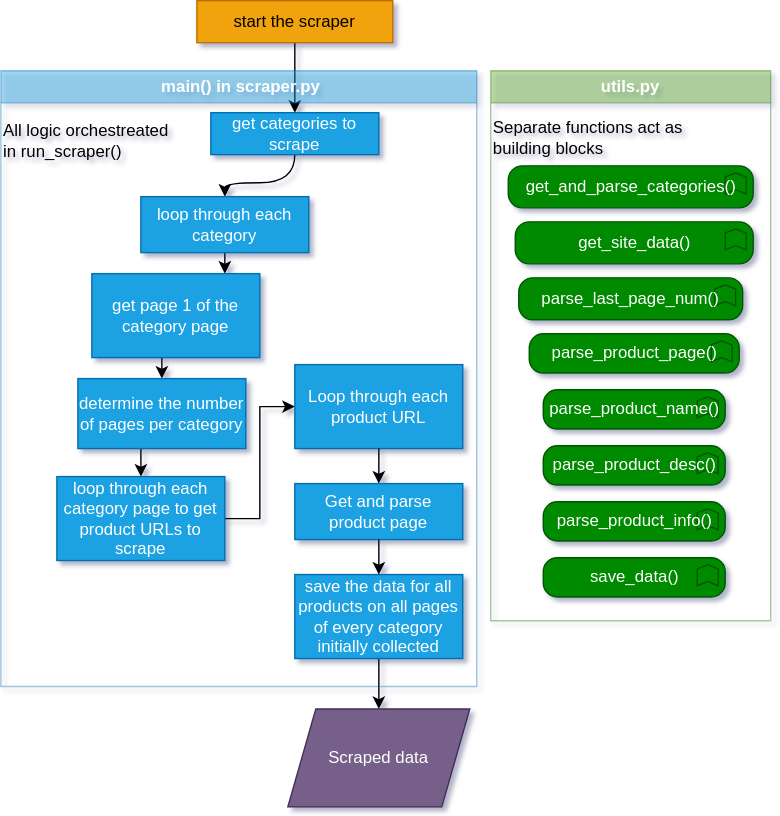
This is docs/images/mapping-the-process-RAPified.svg from ESCAP-SD/ESCAP_RAP_class, a draw.io export, as it was before one commit. Source tidied: cells renumbered, new cells last; positions are measured from the earlier drawing's top-left corner, leaving out a move shared by most shapes.
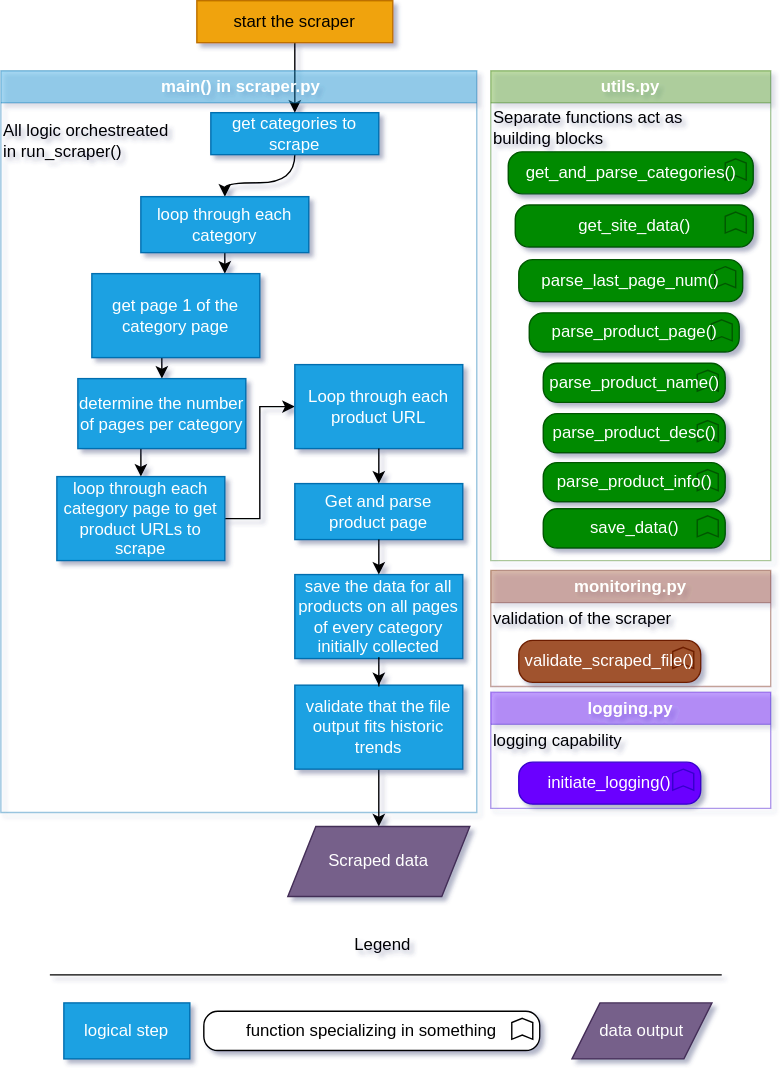
Above is the later version.

Commit message:
finish RAPify process mapping walkthrough

Diff of the diagram source:
```diff
@@ -35,9 +35,6 @@
     <mxCell id="7" value="get page 1 of the category page" style="rounded=0;whiteSpace=wrap;html=1;fillColor=#1ba1e2;fontColor=#ffffff;strokeColor=#006EAF;" parent="1" vertex="1">
       <mxGeometry x="65" y="195" width="120" height="60" as="geometry" />
     </mxCell>
-    <mxCell id="8" style="edgeStyle=orthogonalEdgeStyle;rounded=0;jettySize=auto;html=1;" parent="1" edge="1" source="18" target="11">
-      <mxGeometry relative="1" as="geometry" />
-    </mxCell>
     <mxCell id="9" style="edgeStyle=orthogonalEdgeStyle;rounded=0;jettySize=auto;html=1;entryX=0.5;entryY=0;entryDx=0;entryDy=0;curved=1;" parent="1" edge="1" source="10" target="3">
       <mxGeometry relative="1" as="geometry" />
     </mxCell>
@@ -45,7 +42,7 @@
       <mxGeometry x="140" width="140" height="30" as="geometry" />
     </mxCell>
     <mxCell id="11" value="Scraped data" style="shape=parallelogram;perimeter=parallelogramPerimeter;whiteSpace=wrap;html=1;fixedSize=1;fillColor=#76608a;fontColor=#ffffff;strokeColor=#432D57;" parent="1" vertex="1">
-      <mxGeometry x="205" y="506" width="130" height="70" as="geometry" />
+      <mxGeometry x="205" y="590" width="130" height="50" as="geometry" />
     </mxCell>
     <mxCell id="12" style="edgeStyle=orthogonalEdgeStyle;rounded=0;jettySize=auto;html=1;entryX=0;entryY=0.5;entryDx=0;entryDy=0;" parent="1" edge="1" source="13" target="19">
       <mxGeometry relative="1" as="geometry" />
@@ -65,7 +62,7 @@
       <mxGeometry x="55" y="270" width="120" height="50" as="geometry" />
     </mxCell>
     <mxCell id="16" value="&amp;nbsp;main() in scraper.py" style="swimlane;whiteSpace=wrap;html=1;fillColor=#1ba1e2;fontColor=#ffffff;strokeColor=#006EAF;opacity=40;" parent="1" vertex="1">
-      <mxGeometry y="50" width="340" height="440" as="geometry" />
+      <mxGeometry y="50" width="340" height="530" as="geometry" />
     </mxCell>
     <mxCell id="17" value="All logic orchestreated&amp;nbsp;&lt;div&gt;in run_scraper()&lt;/div&gt;" style="text;html=1;align=left;verticalAlign=middle;strokeColor=none;fillColor=none;" parent="16" vertex="1">
       <mxGeometry y="30" width="140" height="40" as="geometry" />
@@ -86,34 +83,79 @@
       <mxGeometry relative="1" as="geometry" />
     </mxCell>
     <mxCell id="23" value="utils.py" style="swimlane;whiteSpace=wrap;html=1;fillColor=#60a917;fontColor=#ffffff;strokeColor=#2D7600;opacity=40;" parent="1" vertex="1">
-      <mxGeometry x="350" y="50" width="200" height="393" as="geometry" />
+      <mxGeometry x="350" y="50" width="200" height="350" as="geometry" />
     </mxCell>
+    <mxCell id="32" value="Separate functions act as &lt;br&gt;building blocks" style="text;html=1;align=left;verticalAlign=middle;strokeColor=none;fillColor=none;" parent="23" vertex="1">
+      <mxGeometry y="21" width="160" height="40" as="geometry" />
+    </mxCell>
+    <mxCell id="33" value="monitoring.py" style="swimlane;whiteSpace=wrap;html=1;fillColor=#a0522d;fontColor=#ffffff;strokeColor=#6D1F00;opacity=40;" parent="1" vertex="1">
+      <mxGeometry x="350" y="407" width="200" height="83" as="geometry" />
+    </mxCell>
+    <mxCell id="34" value="validation of the scraper" style="text;html=1;align=left;verticalAlign=middle;strokeColor=none;fillColor=none;" parent="33" vertex="1">
+      <mxGeometry y="20" width="150" height="30" as="geometry" />
+    </mxCell>
+    <mxCell id="35" value="validate_scraped_file()" style="html=1;whiteSpace=wrap;fillColor=#a0522d;shape=mxgraph.archimate3.application;appType=func;archiType=rounded;fontColor=#ffffff;strokeColor=#6D1F00;" parent="33" vertex="1">
+      <mxGeometry x="20" y="50" width="130" height="30" as="geometry" />
+    </mxCell>
-    <mxCell id="24" value="&lt;div style=&quot;text-align: left;&quot;&gt;&lt;span style=&quot;background-color: initial;&quot;&gt;get_and_parse_categories()&lt;/span&gt;&lt;/div&gt;" style="html=1;whiteSpace=wrap;fillColor=#008a00;shape=mxgraph.archimate3.application;appType=func;archiType=rounded;fontColor=#ffffff;strokeColor=#005700;" parent="23" vertex="1">
-      <mxGeometry x="12.5" y="68" width="175" height="30" as="geometry" />
+    <mxCell id="24" value="&lt;div style=&quot;text-align: left;&quot;&gt;&lt;span style=&quot;background-color: initial;&quot;&gt;get_and_parse_categories()&lt;/span&gt;&lt;/div&gt;" style="html=1;whiteSpace=wrap;fillColor=#008a00;shape=mxgraph.archimate3.application;appType=func;archiType=rounded;fontColor=#ffffff;strokeColor=#005700;" parent="1" vertex="1">
+      <mxGeometry x="362.5" y="108" width="175" height="30" as="geometry" />
     </mxCell>
-    <mxCell id="25" value="&lt;span style=&quot;text-align: left;&quot;&gt;get_site_data()&lt;/span&gt;" style="html=1;whiteSpace=wrap;fillColor=#008a00;shape=mxgraph.archimate3.application;appType=func;archiType=rounded;fontColor=#ffffff;strokeColor=#005700;" parent="23" vertex="1">
-      <mxGeometry x="17.5" y="108" width="170" height="30" as="geometry" />
+    <mxCell id="25" value="&lt;span style=&quot;text-align: left;&quot;&gt;get_site_data()&lt;/span&gt;" style="html=1;whiteSpace=wrap;fillColor=#008a00;shape=mxgraph.archimate3.application;appType=func;archiType=rounded;fontColor=#ffffff;strokeColor=#005700;" parent="1" vertex="1">
+      <mxGeometry x="367.5" y="146" width="170" height="30" as="geometry" />
     </mxCell>
-    <mxCell id="26" value="&lt;div style=&quot;text-align: left;&quot;&gt;&lt;span style=&quot;background-color: initial;&quot;&gt;parse_last_page_num()&lt;/span&gt;&lt;/div&gt;" style="html=1;whiteSpace=wrap;fillColor=#008a00;shape=mxgraph.archimate3.application;appType=func;archiType=rounded;fontColor=#ffffff;strokeColor=#005700;" parent="23" vertex="1">
-      <mxGeometry x="20" y="148" width="160" height="30" as="geometry" />
+    <mxCell id="26" value="&lt;div style=&quot;text-align: left;&quot;&gt;&lt;span style=&quot;background-color: initial;&quot;&gt;parse_last_page_num()&lt;/span&gt;&lt;/div&gt;" style="html=1;whiteSpace=wrap;fillColor=#008a00;shape=mxgraph.archimate3.application;appType=func;archiType=rounded;fontColor=#ffffff;strokeColor=#005700;" parent="1" vertex="1">
+      <mxGeometry x="370" y="185" width="160" height="30" as="geometry" />
     </mxCell>
-    <mxCell id="27" value="&lt;div style=&quot;text-align: left;&quot;&gt;&lt;span style=&quot;background-color: initial;&quot;&gt;parse_product_page()&lt;/span&gt;&lt;/div&gt;" style="html=1;whiteSpace=wrap;fillColor=#008a00;shape=mxgraph.archimate3.application;appType=func;archiType=rounded;fontColor=#ffffff;strokeColor=#005700;" parent="23" vertex="1">
-      <mxGeometry x="27.5" y="188" width="150" height="28" as="geometry" />
+    <mxCell id="27" value="&lt;div style=&quot;text-align: left;&quot;&gt;&lt;span style=&quot;background-color: initial;&quot;&gt;parse_product_page()&lt;/span&gt;&lt;/div&gt;" style="html=1;whiteSpace=wrap;fillColor=#008a00;shape=mxgraph.archimate3.application;appType=func;archiType=rounded;fontColor=#ffffff;strokeColor=#005700;" parent="1" vertex="1">
+      <mxGeometry x="377.5" y="223" width="150" height="28" as="geometry" />
     </mxCell>
-    <mxCell id="28" value="&lt;div style=&quot;text-align: left;&quot;&gt;&lt;span style=&quot;background-color: initial;&quot;&gt;parse_product_name()&lt;/span&gt;&lt;/div&gt;" style="html=1;whiteSpace=wrap;fillColor=#008a00;shape=mxgraph.archimate3.application;appType=func;archiType=rounded;fontColor=#ffffff;strokeColor=#005700;" parent="23" vertex="1">
-      <mxGeometry x="37.5" y="228" width="130" height="28" as="geometry" />
+    <mxCell id="28" value="&lt;div style=&quot;text-align: left;&quot;&gt;&lt;span style=&quot;background-color: initial;&quot;&gt;parse_product_name()&lt;/span&gt;&lt;/div&gt;" style="html=1;whiteSpace=wrap;fillColor=#008a00;shape=mxgraph.archimate3.application;appType=func;archiType=rounded;fontColor=#ffffff;strokeColor=#005700;" parent="1" vertex="1">
+      <mxGeometry x="387.5" y="259" width="130" height="28" as="geometry" />
     </mxCell>
-    <mxCell id="29" value="&lt;div style=&quot;text-align: left;&quot;&gt;&lt;span style=&quot;background-color: initial;&quot;&gt;parse_product_desc()&lt;/span&gt;&lt;/div&gt;" style="html=1;whiteSpace=wrap;fillColor=#008a00;shape=mxgraph.archimate3.application;appType=func;archiType=rounded;fontColor=#ffffff;strokeColor=#005700;" parent="23" vertex="1">
-      <mxGeometry x="37.5" y="268" width="130" height="28" as="geometry" />
+    <mxCell id="29" value="&lt;div style=&quot;text-align: left;&quot;&gt;&lt;span style=&quot;background-color: initial;&quot;&gt;parse_product_desc()&lt;/span&gt;&lt;/div&gt;" style="html=1;whiteSpace=wrap;fillColor=#008a00;shape=mxgraph.archimate3.application;appType=func;archiType=rounded;fontColor=#ffffff;strokeColor=#005700;" parent="1" vertex="1">
+      <mxGeometry x="387.5" y="295" width="130" height="28" as="geometry" />
     </mxCell>
-    <mxCell id="30" value="&lt;div style=&quot;text-align: left;&quot;&gt;&lt;span style=&quot;background-color: initial;&quot;&gt;parse_product_info()&lt;/span&gt;&lt;/div&gt;" style="html=1;whiteSpace=wrap;fillColor=#008a00;shape=mxgraph.archimate3.application;appType=func;archiType=rounded;fontColor=#ffffff;strokeColor=#005700;" parent="23" vertex="1">
-      <mxGeometry x="37.5" y="308" width="130" height="28" as="geometry" />
+    <mxCell id="30" value="&lt;div style=&quot;text-align: left;&quot;&gt;&lt;span style=&quot;background-color: initial;&quot;&gt;parse_product_info()&lt;/span&gt;&lt;/div&gt;" style="html=1;whiteSpace=wrap;fillColor=#008a00;shape=mxgraph.archimate3.application;appType=func;archiType=rounded;fontColor=#ffffff;strokeColor=#005700;" parent="1" vertex="1">
+      <mxGeometry x="387.5" y="330" width="130" height="28" as="geometry" />
     </mxCell>
-    <mxCell id="31" value="&lt;div style=&quot;text-align: left;&quot;&gt;&lt;span style=&quot;background-color: initial;&quot;&gt;save_data()&lt;/span&gt;&lt;/div&gt;" style="html=1;whiteSpace=wrap;fillColor=#008a00;shape=mxgraph.archimate3.application;appType=func;archiType=rounded;fontColor=#ffffff;strokeColor=#005700;" parent="23" vertex="1">
-      <mxGeometry x="37.5" y="348" width="130" height="28" as="geometry" />
+    <mxCell id="31" value="&lt;div style=&quot;text-align: left;&quot;&gt;&lt;span style=&quot;background-color: initial;&quot;&gt;save_data()&lt;/span&gt;&lt;/div&gt;" style="html=1;whiteSpace=wrap;fillColor=#008a00;shape=mxgraph.archimate3.application;appType=func;archiType=rounded;fontColor=#ffffff;strokeColor=#005700;" parent="1" vertex="1">
+      <mxGeometry x="387.5" y="363" width="130" height="28" as="geometry" />
     </mxCell>
-    <mxCell id="32" value="Separate functions act as &lt;br&gt;building blocks" style="text;html=1;align=left;verticalAlign=middle;strokeColor=none;fillColor=none;" parent="23" vertex="1">
-      <mxGeometry y="28" width="160" height="40" as="geometry" />
-    </mxCell>
+    <mxCell id="36" style="edgeStyle=orthogonalEdgeStyle;rounded=0;jettySize=auto;html=1;entryX=0.5;entryY=0;entryDx=0;entryDy=0;" parent="1" edge="1" source="37" target="11">
+      <mxGeometry relative="1" as="geometry" />
+    </mxCell>
+    <mxCell id="37" value="validate that the file output fits historic trends" style="rounded=0;whiteSpace=wrap;html=1;fillColor=#1ba1e2;fontColor=#ffffff;strokeColor=#006EAF;" parent="1" vertex="1">
+      <mxGeometry x="210" y="489" width="120" height="60" as="geometry" />
+    </mxCell>
+    <mxCell id="8" style="edgeStyle=orthogonalEdgeStyle;rounded=0;jettySize=auto;html=1;entryX=0.5;entryY=0;entryDx=0;entryDy=0;" parent="1" edge="1" source="18" target="37">
+      <mxGeometry relative="1" as="geometry" />
+    </mxCell>
+    <mxCell id="38" value="logging.py" style="swimlane;whiteSpace=wrap;html=1;fillColor=#6a00ff;fontColor=#ffffff;strokeColor=#3700CC;opacity=40;" parent="1" vertex="1">
+      <mxGeometry x="350" y="494" width="200" height="83" as="geometry" />
+    </mxCell>
+    <mxCell id="39" value="logging capability" style="text;html=1;align=left;verticalAlign=middle;strokeColor=none;fillColor=none;" parent="38" vertex="1">
+      <mxGeometry y="20" width="120" height="30" as="geometry" />
+    </mxCell>
+    <mxCell id="40" value="initiate_logging()" style="html=1;whiteSpace=wrap;fillColor=#6a00ff;shape=mxgraph.archimate3.application;appType=func;archiType=rounded;fontColor=#ffffff;strokeColor=#3700CC;" parent="38" vertex="1">
+      <mxGeometry x="20" y="50" width="130" height="30" as="geometry" />
+    </mxCell>
+    <mxCell id="41" value="logical step" style="rounded=0;whiteSpace=wrap;html=1;fillColor=#1ba1e2;fontColor=#ffffff;strokeColor=#006EAF;" parent="1" vertex="1">
+      <mxGeometry x="45" y="716" width="90" height="40" as="geometry" />
+    </mxCell>
+    <mxCell id="42" value="data output" style="shape=parallelogram;perimeter=parallelogramPerimeter;whiteSpace=wrap;html=1;fixedSize=1;fillColor=#76608a;fontColor=#ffffff;strokeColor=#432D57;" parent="1" vertex="1">
+      <mxGeometry x="408" y="716" width="100" height="40" as="geometry" />
+    </mxCell>
+    <mxCell id="43" style="endArrow=none;html=1;rounded=0;" parent="1" edge="1">
+      <mxGeometry relative="1" as="geometry">
+        <mxPoint x="35" y="696" as="sourcePoint" />
+        <mxPoint x="515" y="696" as="targetPoint" />
+      </mxGeometry>
+    </mxCell>
+    <mxCell id="44" value="Legend" style="text;html=1;align=center;verticalAlign=middle;whiteSpace=wrap;rounded=0;" parent="1" vertex="1">
+      <mxGeometry x="243" y="660" width="60" height="30" as="geometry" />
+    </mxCell>
+    <mxCell id="45" value="&lt;div style=&quot;text-align: left;&quot;&gt;&lt;span style=&quot;background-color: initial;&quot;&gt;function specializing in something&lt;/span&gt;&lt;/div&gt;" style="html=1;whiteSpace=wrap;shape=mxgraph.archimate3.application;appType=func;archiType=rounded;" parent="1" vertex="1">
+      <mxGeometry x="145" y="722" width="240" height="28" as="geometry" />
+    </mxCell>
   </root>
 </mxGraphModel>
```
